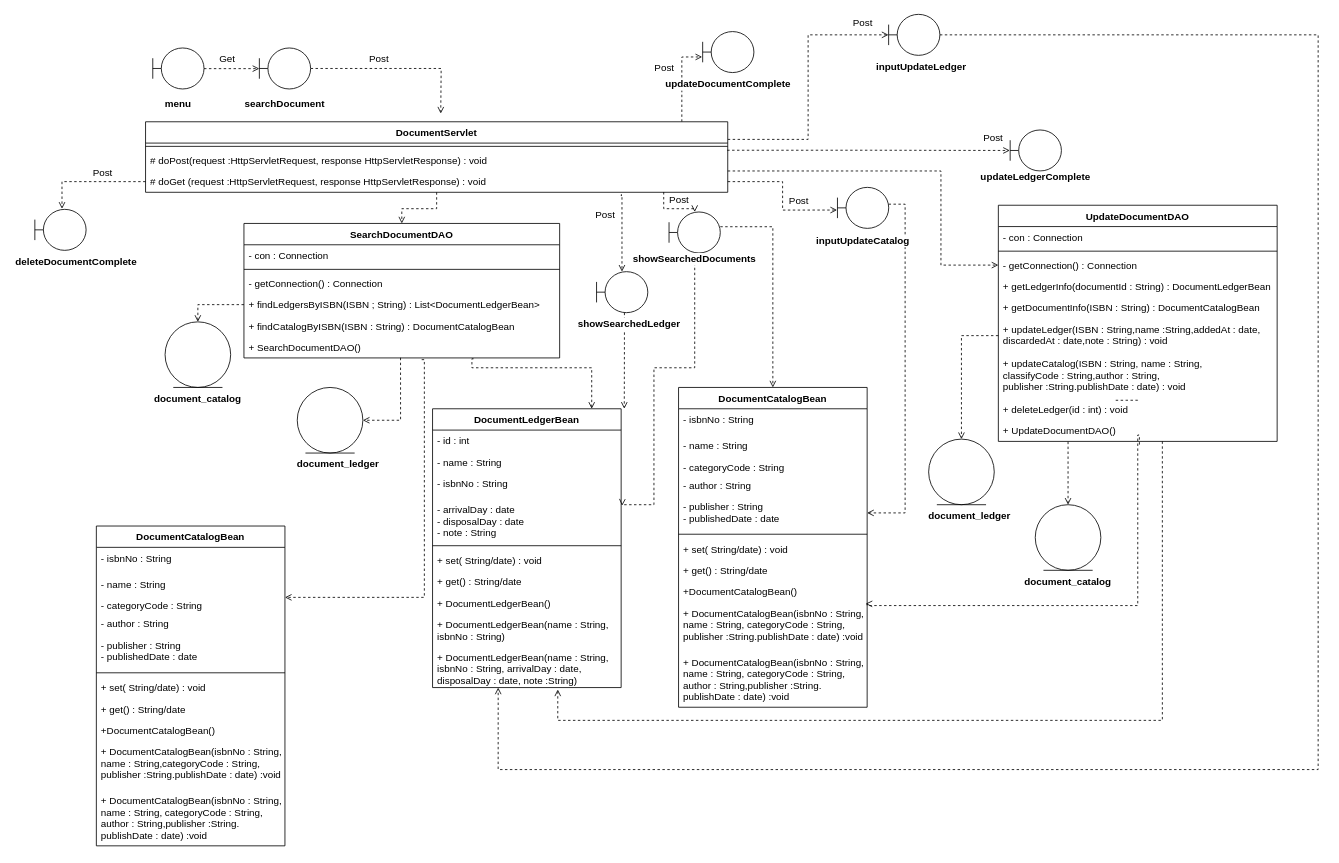
LovesPython/LibraryManagementSystem keeps this draw.io diagram as page "資料検索・更新・削除" (2 of 2) of 開発演習ドキュメント/図書管理システム/成果物テンプレート/30_内部設計/クラス図/資料管理.drawio. Above is the earlier version. Source tidied: cells renumbered, new cells numbered last; positions are measured from the earlier drawing's top-left corner, leaving out a move shared by most shapes. Both pictures are drawn from the tidied source at 82%, with x=0, y=0 at pixel (14, 14).
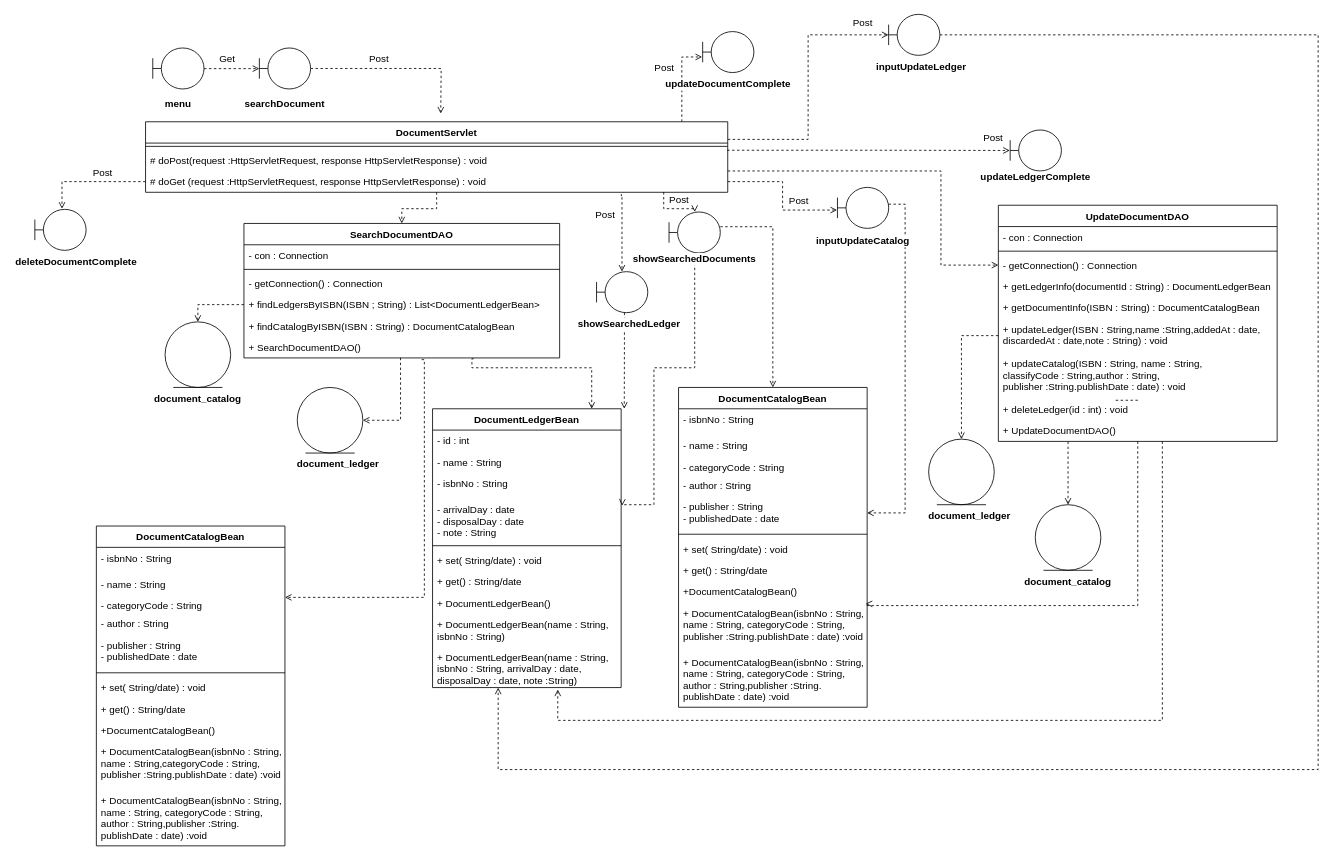
Above is the later version.

Commit message:
資料管理少し修正

The change refers to these unchanged cells:
```xml
<mxCell id="41" value="UpdateDocumentDAO" style="swimlane;fontStyle=1;align=center;verticalAlign=top;horizontal=1;startSize=26;labelBackgroundColor=#ffffff;" parent="1" vertex="1">
  <mxGeometry x="1200" y="232.8" width="340" height="288" as="geometry" />
</mxCell>
<mxCell id="51" value="+ UpdateDocumentDAO()" style="text;strokeColor=none;fillColor=none;align=left;verticalAlign=top;spacingLeft=4;spacingRight=4;overflow=hidden;points=[[0,0.5],[1,0.5]];portConstraint=eastwest;" parent="41" vertex="1">
  <mxGeometry y="262" width="340" height="26" as="geometry" />
</mxCell>
<mxCell id="91" value="+DocumentCatalogBean()" style="text;strokeColor=none;fillColor=none;align=left;verticalAlign=top;spacingLeft=4;spacingRight=4;overflow=hidden;points=[[0,0.5],[1,0.5]];portConstraint=eastwest;" parent="82" vertex="1">
  <mxGeometry y="236" width="230" height="26" as="geometry" />
</mxCell>
```

The edit, as a diff of the source:
```diff
@@
-    <mxCell id="35" style="edgeStyle=orthogonalEdgeStyle;rounded=0;jettySize=auto;html=1;entryX=0.992;entryY=1.068;entryDx=0;entryDy=0;dashed=1;endArrow=open;endFill=0;entryPerimeter=0;exitX=0.506;exitY=1.149;exitDx=0;exitDy=0;exitPerimeter=0;" parent="1" edge="1" source="51" target="91">
+    <mxCell id="35" style="edgeStyle=orthogonalEdgeStyle;rounded=0;jettySize=auto;html=1;entryX=0.992;entryY=1.068;entryDx=0;entryDy=0;dashed=1;endArrow=open;endFill=0;entryPerimeter=0;exitX=0.5;exitY=1;exitDx=0;exitDy=0;" parent="1" edge="1" source="41" target="91">
       <mxGeometry relative="1" as="geometry">
         <Array as="points">
-          <mxPoint x="1370" y="513" />
           <mxPoint x="1370" y="721" />
           <mxPoint x="1040" y="721" />
           <mxPoint x="1040" y="719" />
         </Array>
       </mxGeometry>
     </mxCell>
```
